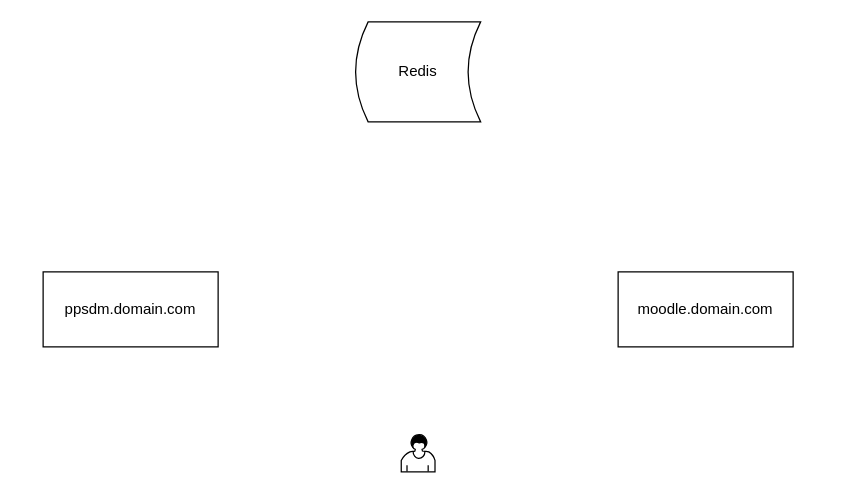
This is SLO.drawio from nmfzone/Learning, a draw.io file, before an edit. Source tidied: cells renumbered, new cells numbered last; positions are measured from the earlier drawing's top-left corner, leaving out a move shared by most shapes. Both pictures are drawn from the tidied source at 125%, with x=0, y=0 at pixel (42, 21).
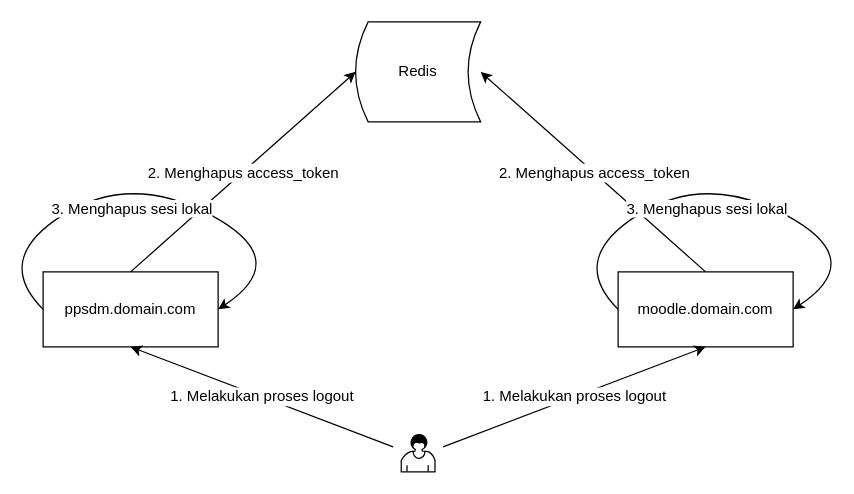
The same diagram, later.

The change refers to these unchanged cells:
```xml
<mxCell id="2" value="Redis" style="shape=dataStorage;whiteSpace=wrap;html=1;" parent="1" vertex="1">
  <mxGeometry x="250" width="100" height="80" as="geometry" />
</mxCell>
<mxCell id="4" value="ppsdm.domain.com" style="rounded=0;whiteSpace=wrap;html=1;" parent="1" vertex="1">
  <mxGeometry y="200" width="140" height="60" as="geometry" />
</mxCell>
<mxCell id="5" value="moodle.domain.com" style="rounded=0;whiteSpace=wrap;html=1;" parent="1" vertex="1">
  <mxGeometry x="460" y="200" width="140" height="60" as="geometry" />
</mxCell>
```

What changed in the source:
```diff
@@
+    <mxCell id="6" value="1. Melakukan proses logout" style="endArrow=classic;html=1;entryX=0.5;entryY=1;entryDx=0;entryDy=0;fontSize=12;" parent="1" edge="1" target="4">
+      <mxGeometry relative="1" as="geometry">
+        <mxPoint x="280" y="340" as="sourcePoint" />
+      </mxGeometry>
+    </mxCell>
+    <mxCell id="7" value="1. Melakukan proses logout" style="endArrow=classic;html=1;entryX=0.5;entryY=1;entryDx=0;entryDy=0;fontSize=12;" parent="1" edge="1" target="5">
+      <mxGeometry relative="1" as="geometry">
+        <mxPoint x="320" y="340" as="sourcePoint" />
+      </mxGeometry>
+    </mxCell>
+    <mxCell id="8" style="endArrow=classic;html=1;entryX=0;entryY=0.5;entryDx=0;entryDy=0;exitX=0.5;exitY=0;exitDx=0;exitDy=0;" parent="1" edge="1" source="4" target="2">
+      <mxGeometry relative="1" as="geometry" />
+    </mxCell>
+    <mxCell id="9" value="2. Menghapus access_token" style="text;html=1;align=center;verticalAlign=middle;labelBackgroundColor=#ffffff;" parent="8" vertex="1">
+      <mxGeometry relative="1" as="geometry" />
+    </mxCell>
+    <mxCell id="10" style="endArrow=classic;html=1;entryX=1;entryY=0.5;entryDx=0;entryDy=0;exitX=0.5;exitY=0;exitDx=0;exitDy=0;" parent="1" edge="1" source="5" target="2">
+      <mxGeometry relative="1" as="geometry" />
+    </mxCell>
+    <mxCell id="11" value="2. Menghapus access_token" style="text;html=1;align=center;verticalAlign=middle;labelBackgroundColor=#ffffff;" parent="10" vertex="1">
+      <mxGeometry relative="1" as="geometry" />
+    </mxCell>
+    <mxCell id="12" style="curved=1;endArrow=classic;html=1;entryX=1;entryY=0.5;entryDx=0;entryDy=0;exitX=0;exitY=0.5;exitDx=0;exitDy=0;" parent="1" edge="1">
+      <mxGeometry relative="1" as="geometry">
+        <mxPoint x="460" y="230" as="sourcePoint" />
+        <mxPoint x="600" y="230" as="targetPoint" />
+        <Array as="points">
+          <mxPoint x="420" y="190" />
+          <mxPoint x="530" y="120" />
+          <mxPoint x="660" y="190" />
+        </Array>
+      </mxGeometry>
+    </mxCell>
+    <mxCell id="13" value="3. Menghapus sesi lokal" style="text;html=1;align=center;verticalAlign=top;labelBackgroundColor=#ffffff;labelPosition=center;verticalLabelPosition=bottom;" parent="12" vertex="1">
+      <mxGeometry x="-0.12" y="-14" relative="1" as="geometry" />
+    </mxCell>
+    <mxCell id="14" style="curved=1;endArrow=classic;html=1;entryX=1;entryY=0.5;entryDx=0;entryDy=0;exitX=0;exitY=0.5;exitDx=0;exitDy=0;" parent="1" edge="1" source="4" target="4">
+      <mxGeometry relative="1" as="geometry">
+        <Array as="points">
+          <mxPoint x="-40" y="190" />
+          <mxPoint x="70" y="120" />
+          <mxPoint x="200" y="190" />
+        </Array>
+      </mxGeometry>
+    </mxCell>
+    <mxCell id="15" value="3. Menghapus sesi lokal" style="text;html=1;align=center;verticalAlign=top;labelBackgroundColor=#ffffff;labelPosition=center;verticalLabelPosition=bottom;" parent="14" vertex="1">
+      <mxGeometry x="-0.12" y="-14" relative="1" as="geometry" />
+    </mxCell>
```
